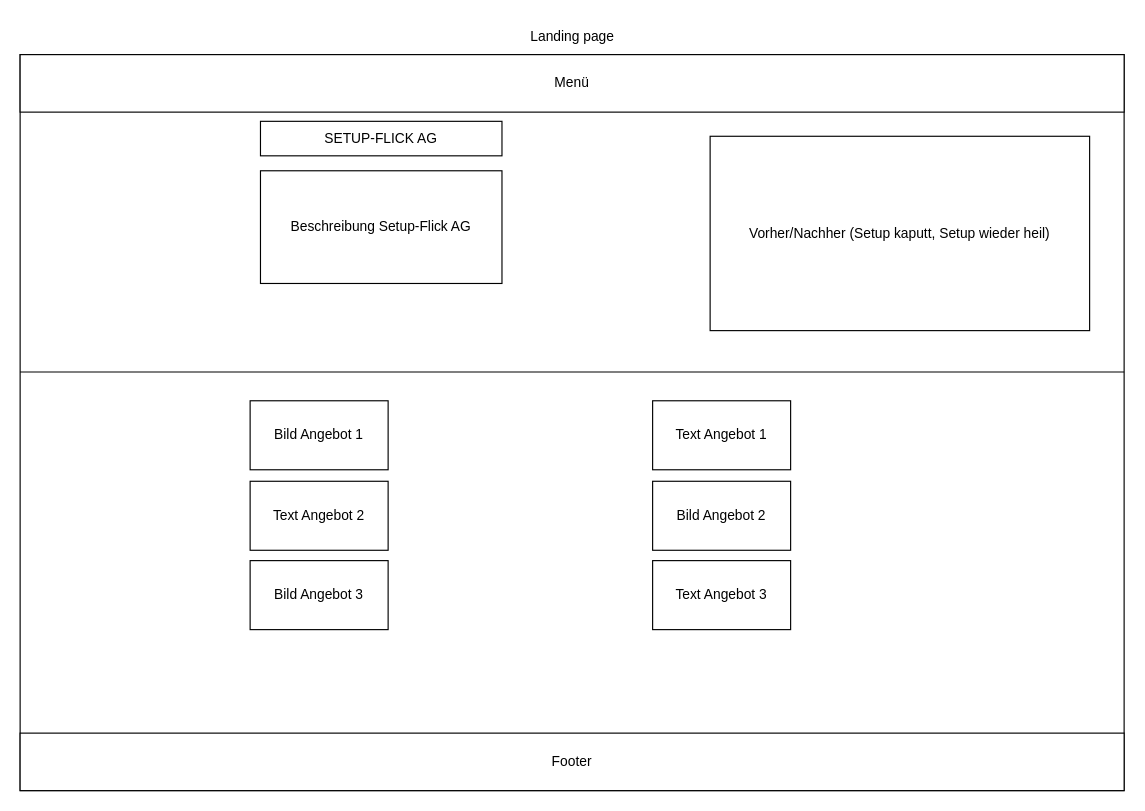
DreamCat04/Setup-Flick-AG keeps this draw.io diagram as page "Landing page" (1 of 5) of Wireframe Setup-Flick AG.drawio. Above is the earlier version. Source tidied: cells renumbered, new cells numbered last; positions are measured from the earlier drawing's top-left corner, leaving out a move shared by most shapes. Both pictures are drawn from the tidied source at 115%, with x=0, y=0 at pixel (20, 20).
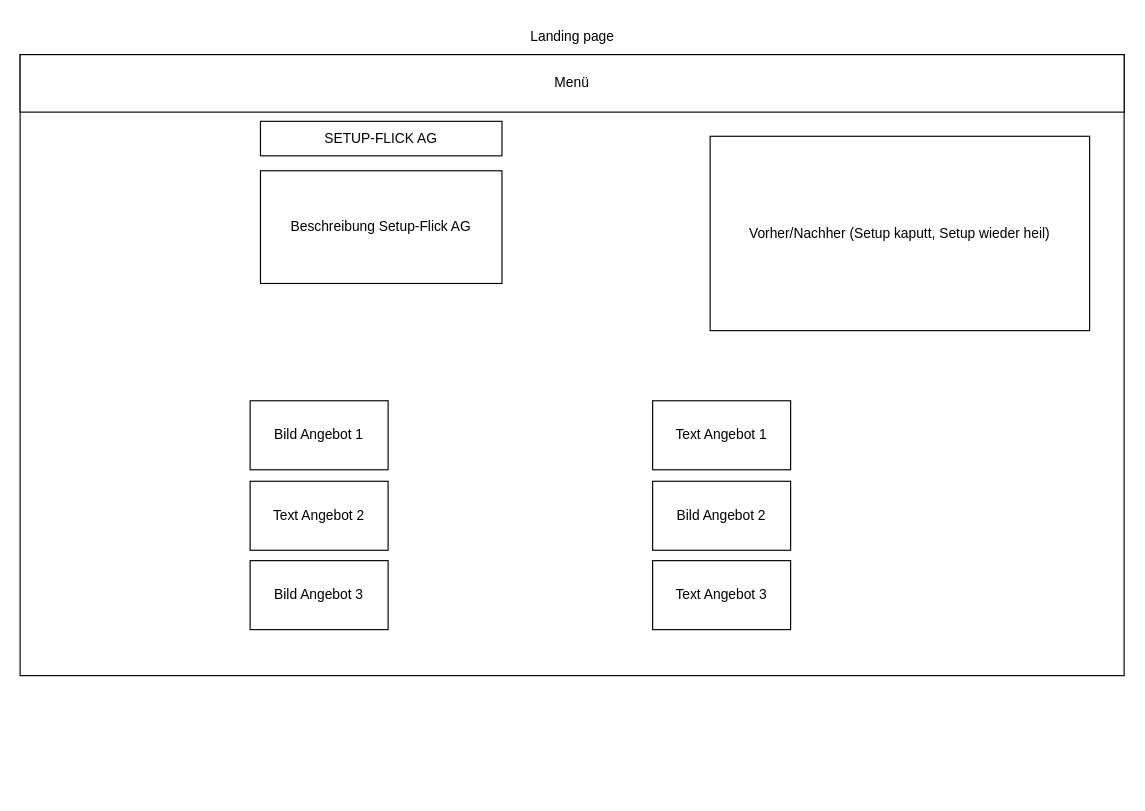
The same diagram, later.

Commit message (it also covers changes not shown here):
Update names of wireframe images

The edit, as a diff of the source:
```diff
@@
 <mxGraphModel>
   <root>
     <mxCell id="0" />
     <mxCell id="1" parent="0" />
     <mxCell id="2" value="Landing page" style="text;html=1;align=center;verticalAlign=middle;strokeColor=none;fillColor=none;" parent="1" vertex="1">
       <mxGeometry x="430" width="100" height="30" as="geometry" />
     </mxCell>
     <mxCell id="3" style="rounded=0;whiteSpace=wrap;html=1;" parent="1" vertex="1">
-      <mxGeometry y="30" width="960" height="640" as="geometry" />
+      <mxGeometry y="30" width="960" height="540" as="geometry" />
     </mxCell>
     <mxCell id="4" value="Menü" style="rounded=0;whiteSpace=wrap;html=1;" parent="1" vertex="1">
       <mxGeometry y="30" width="960" height="50" as="geometry" />
     </mxCell>
     <mxCell id="5" value="SETUP-FLICK AG" style="text;html=1;strokeColor=default;fillColor=none;align=center;verticalAlign=middle;whiteSpace=wrap;rounded=0;" parent="1" vertex="1">
       <mxGeometry x="209" y="88" width="210" height="30" as="geometry" />
     </mxCell>
     <mxCell id="6" value="Beschreibung Setup-Flick AG" style="text;html=1;strokeColor=default;fillColor=none;align=center;verticalAlign=middle;whiteSpace=wrap;rounded=0;" parent="1" vertex="1">
       <mxGeometry x="209" y="131" width="210" height="98" as="geometry" />
     </mxCell>
-    <mxCell id="7" value="Footer" style="rounded=0;whiteSpace=wrap;html=1;" parent="1" vertex="1">
-      <mxGeometry y="620" width="960" height="50" as="geometry" />
-    </mxCell>
     <mxCell id="8" value="Vorher/Nachher (Setup kaputt, Setup wieder heil)" style="rounded=0;whiteSpace=wrap;html=1;" parent="1" vertex="1">
       <mxGeometry x="600" y="101" width="330" height="169" as="geometry" />
     </mxCell>
-    <mxCell id="9" style="endArrow=none;html=1;rounded=0;entryX=1;entryY=0.5;entryDx=0;entryDy=0;exitX=0;exitY=0.5;exitDx=0;exitDy=0;" parent="1" edge="1">
-      <mxGeometry relative="1" as="geometry">
-        <mxPoint y="306" as="sourcePoint" />
-        <mxPoint x="960" y="306" as="targetPoint" />
-      </mxGeometry>
-    </mxCell>
     <mxCell id="10" value="Bild Angebot 3" style="rounded=0;whiteSpace=wrap;html=1;" parent="1" vertex="1">
       <mxGeometry x="200" y="470" width="120" height="60" as="geometry" />
     </mxCell>
     <mxCell id="11" value="Text Angebot 3" style="rounded=0;whiteSpace=wrap;html=1;" parent="1" vertex="1">
       <mxGeometry x="550" y="470" width="120" height="60" as="geometry" />
     </mxCell>
     <mxCell id="12" value="Text Angebot 2" style="rounded=0;whiteSpace=wrap;html=1;" parent="1" vertex="1">
       <mxGeometry x="200" y="401" width="120" height="60" as="geometry" />
     </mxCell>
     <mxCell id="13" value="Bild Angebot 2" style="rounded=0;whiteSpace=wrap;html=1;" parent="1" vertex="1">
       <mxGeometry x="550" y="401" width="120" height="60" as="geometry" />
     </mxCell>
     <mxCell id="14" value="Bild Angebot 1" style="rounded=0;whiteSpace=wrap;html=1;" parent="1" vertex="1">
       <mxGeometry x="200" y="331" width="120" height="60" as="geometry" />
     </mxCell>
     <mxCell id="15" value="Text Angebot 1" style="rounded=0;whiteSpace=wrap;html=1;" parent="1" vertex="1">
       <mxGeometry x="550" y="331" width="120" height="60" as="geometry" />
     </mxCell>
   </root>
 </mxGraphModel>
```
